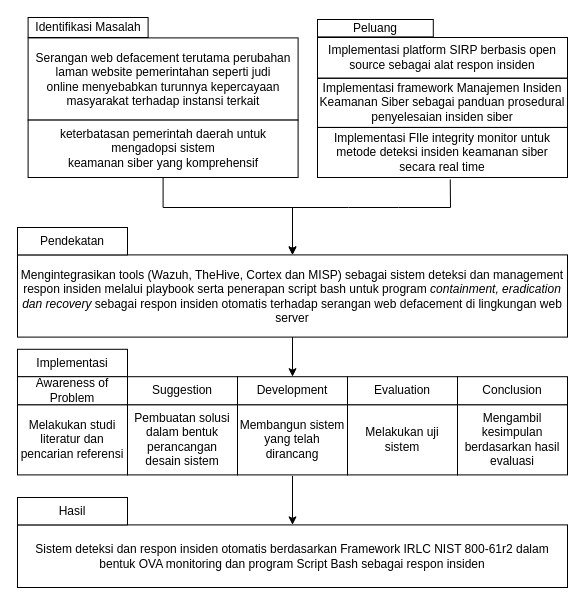
Earlier version of the draw.io diagram page "Halaman-1" (1 of 4) of Diagram Tanpa Judul.drawio (DzidanIsh/Tugas-Akhir). Source tidied: cells renumbered, new cells numbered last; positions are measured from the earlier drawing's top-left corner, leaving out a move shared by most shapes. Both pictures are drawn from the tidied source at 100%, with x=0, y=0 at pixel (17, 17).
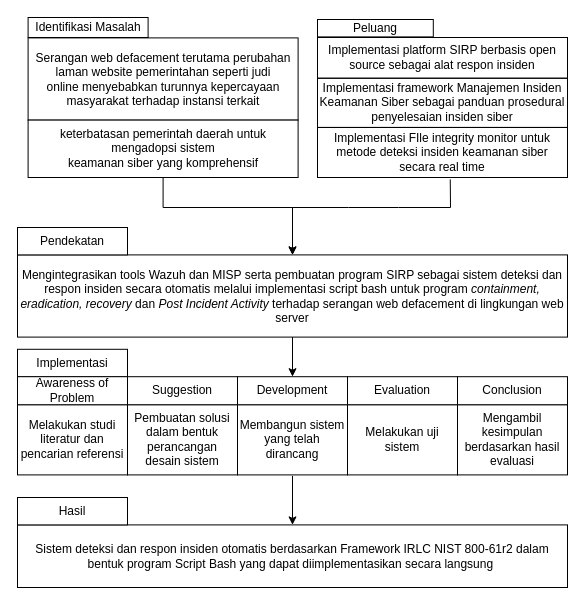
Above is the later version.

Change to the diagram source:
```diff
@@
-    <mxCell id="8" value="Mengintegrasikan tools (Wazuh, TheHive, Cortex dan MISP) sebagai sistem deteksi dan management respon insiden melalui playbook serta penerapan script bash untuk program&amp;nbsp;&lt;i&gt;containment, eradication dan recovery&lt;/i&gt;&amp;nbsp;sebagai respon insiden otomatis terhadap serangan web defacement di lingkungan web server" style="rounded=0;whiteSpace=wrap;html=1;" parent="1" vertex="1">
+    <mxCell id="8" value="Mengintegrasikan tools Wazuh dan MISP serta pembuatan program SIRP sebagai sistem deteksi dan respon insiden secara otomatis melalui implementasi script bash untuk program&amp;nbsp;&lt;i&gt;containment, eradication, recovery&lt;/i&gt;&amp;nbsp;dan &lt;i&gt;Post Incident Activity &lt;/i&gt;terhadap serangan web defacement di lingkungan web server" style="rounded=0;whiteSpace=wrap;html=1;" parent="1" vertex="1">
       <mxGeometry y="237.4" width="550" height="82.2" as="geometry" />
     </mxCell>
@@
-    <mxCell id="12" value="Sistem deteksi dan respon insiden otomatis berdasarkan Framework IRLC NIST 800-61r2 dalam bentuk OVA monitoring dan program Script Bash sebagai respon insiden" style="rounded=0;whiteSpace=wrap;html=1;" parent="1" vertex="1">
+    <mxCell id="12" value="Sistem deteksi dan respon insiden otomatis berdasarkan Framework IRLC NIST 800-61r2 dalam bentuk program Script Bash yang dapat diimplementasikan secara langsung&amp;nbsp;" style="rounded=0;whiteSpace=wrap;html=1;" parent="1" vertex="1">
       <mxGeometry y="507.4" width="550" height="62.6" as="geometry" />
     </mxCell>
```
